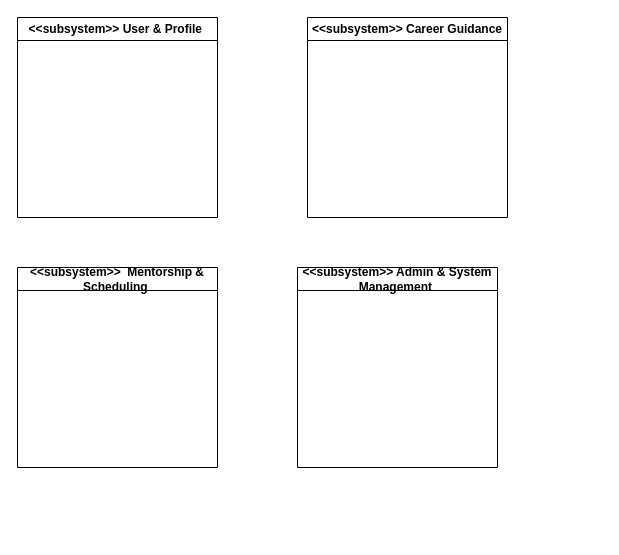
The draw.io diagram ADD_Component_Diagram_Merve_Pakcan.drawio in mervepakcan/Career-Path-App--Software-Development-Project-, before the edit. Source tidied: cells renumbered, new cells numbered last; positions are measured from the earlier drawing's top-left corner, leaving out a move shared by most shapes. Both pictures are drawn from the tidied source at 100%, with x=0, y=0 at pixel (17, 17).
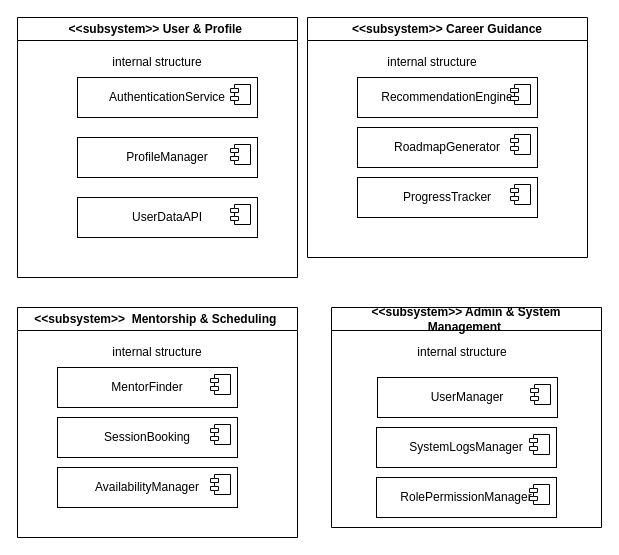
Above is the later version.

Change to the diagram source:
```diff
@@
     <mxCell id="2" value="&amp;lt;&amp;lt;subsystem&amp;gt;&amp;gt; User &amp;amp; Profile&amp;nbsp;" style="swimlane;whiteSpace=wrap;html=1;" parent="1" vertex="1">
-      <mxGeometry width="200" height="200" as="geometry" />
+      <mxGeometry width="280" height="260" as="geometry" />
     </mxCell>
+    <mxCell id="6" value="internal structure" style="text;html=1;whiteSpace=wrap;strokeColor=none;fillColor=none;align=center;verticalAlign=middle;rounded=0;" parent="2" vertex="1">
+      <mxGeometry x="85" y="30" width="110" height="30" as="geometry" />
+    </mxCell>
+    <mxCell id="7" value="AuthenticationService" style="html=1;whiteSpace=wrap;" parent="2" vertex="1">
+      <mxGeometry x="60" y="60" width="180" height="40" as="geometry" />
+    </mxCell>
+    <mxCell id="8" style="shape=module;jettyWidth=8;jettyHeight=4;" parent="7" vertex="1">
+      <mxGeometry x="1" width="20" height="20" relative="1" as="geometry">
+        <mxPoint x="-27" y="7" as="offset" />
+      </mxGeometry>
+    </mxCell>
+    <mxCell id="9" value="ProfileManager" style="html=1;whiteSpace=wrap;" parent="2" vertex="1">
+      <mxGeometry x="60" y="120" width="180" height="40" as="geometry" />
+    </mxCell>
+    <mxCell id="10" style="shape=module;jettyWidth=8;jettyHeight=4;" parent="9" vertex="1">
+      <mxGeometry x="1" width="20" height="20" relative="1" as="geometry">
+        <mxPoint x="-27" y="7" as="offset" />
+      </mxGeometry>
+    </mxCell>
+    <mxCell id="11" value="UserDataAPI" style="html=1;whiteSpace=wrap;" parent="2" vertex="1">
+      <mxGeometry x="60" y="180" width="180" height="40" as="geometry" />
+    </mxCell>
+    <mxCell id="12" style="shape=module;jettyWidth=8;jettyHeight=4;" parent="11" vertex="1">
+      <mxGeometry x="1" width="20" height="20" relative="1" as="geometry">
+        <mxPoint x="-27" y="7" as="offset" />
+      </mxGeometry>
+    </mxCell>
     <mxCell id="3" value="&amp;lt;&amp;lt;subsystem&amp;gt;&amp;gt;&amp;nbsp;&amp;nbsp;Mentorship &amp;amp; Scheduling&amp;nbsp;" style="swimlane;whiteSpace=wrap;html=1;" parent="1" vertex="1">
-      <mxGeometry y="250" width="200" height="200" as="geometry" />
+      <mxGeometry y="290" width="280" height="230" as="geometry" />
     </mxCell>
+    <mxCell id="13" value="internal structure" style="text;html=1;whiteSpace=wrap;strokeColor=none;fillColor=none;align=center;verticalAlign=middle;rounded=0;" parent="3" vertex="1">
+      <mxGeometry x="85" y="30" width="110" height="30" as="geometry" />
+    </mxCell>
+    <mxCell id="14" value="MentorFinder" style="html=1;whiteSpace=wrap;" parent="3" vertex="1">
+      <mxGeometry x="40" y="60" width="180" height="40" as="geometry" />
+    </mxCell>
+    <mxCell id="15" style="shape=module;jettyWidth=8;jettyHeight=4;" parent="14" vertex="1">
+      <mxGeometry x="1" width="20" height="20" relative="1" as="geometry">
+        <mxPoint x="-27" y="7" as="offset" />
+      </mxGeometry>
+    </mxCell>
+    <mxCell id="16" value="SessionBooking" style="html=1;whiteSpace=wrap;" parent="3" vertex="1">
+      <mxGeometry x="40" y="110" width="180" height="40" as="geometry" />
+    </mxCell>
+    <mxCell id="17" style="shape=module;jettyWidth=8;jettyHeight=4;" parent="16" vertex="1">
+      <mxGeometry x="1" width="20" height="20" relative="1" as="geometry">
+        <mxPoint x="-27" y="7" as="offset" />
+      </mxGeometry>
+    </mxCell>
+    <mxCell id="18" value="AvailabilityManager" style="html=1;whiteSpace=wrap;" parent="3" vertex="1">
+      <mxGeometry x="40" y="160" width="180" height="40" as="geometry" />
+    </mxCell>
+    <mxCell id="19" style="shape=module;jettyWidth=8;jettyHeight=4;" parent="18" vertex="1">
+      <mxGeometry x="1" width="20" height="20" relative="1" as="geometry">
+        <mxPoint x="-27" y="7" as="offset" />
+      </mxGeometry>
+    </mxCell>
     <mxCell id="4" value="&amp;lt;&amp;lt;subsystem&amp;gt;&amp;gt; Admin &amp;amp; System Management&amp;nbsp;" style="swimlane;whiteSpace=wrap;html=1;" parent="1" vertex="1">
-      <mxGeometry x="280" y="250" width="200" height="200" as="geometry" />
+      <mxGeometry x="314" y="290" width="270" height="220" as="geometry" />
     </mxCell>
+    <mxCell id="20" value="internal structure" style="text;html=1;whiteSpace=wrap;strokeColor=none;fillColor=none;align=center;verticalAlign=middle;rounded=0;" parent="4" vertex="1">
+      <mxGeometry x="76" y="30" width="110" height="30" as="geometry" />
+    </mxCell>
+    <mxCell id="21" value="UserManager" style="html=1;whiteSpace=wrap;" parent="4" vertex="1">
+      <mxGeometry x="46" y="70" width="180" height="40" as="geometry" />
+    </mxCell>
+    <mxCell id="22" style="shape=module;jettyWidth=8;jettyHeight=4;" parent="21" vertex="1">
+      <mxGeometry x="1" width="20" height="20" relative="1" as="geometry">
+        <mxPoint x="-27" y="7" as="offset" />
+      </mxGeometry>
+    </mxCell>
+    <mxCell id="23" value="SystemLogsManager" style="html=1;whiteSpace=wrap;" parent="4" vertex="1">
+      <mxGeometry x="45" y="120" width="180" height="40" as="geometry" />
+    </mxCell>
+    <mxCell id="24" style="shape=module;jettyWidth=8;jettyHeight=4;" parent="23" vertex="1">
+      <mxGeometry x="1" width="20" height="20" relative="1" as="geometry">
+        <mxPoint x="-27" y="7" as="offset" />
+      </mxGeometry>
+    </mxCell>
+    <mxCell id="25" value="RolePermissionManager" style="html=1;whiteSpace=wrap;" parent="4" vertex="1">
+      <mxGeometry x="45" y="170" width="180" height="40" as="geometry" />
+    </mxCell>
+    <mxCell id="26" style="shape=module;jettyWidth=8;jettyHeight=4;" parent="25" vertex="1">
+      <mxGeometry x="1" width="20" height="20" relative="1" as="geometry">
+        <mxPoint x="-27" y="7" as="offset" />
+      </mxGeometry>
+    </mxCell>
     <mxCell id="5" value="&amp;lt;&amp;lt;subsystem&amp;gt;&amp;gt; Career Guidance" style="swimlane;whiteSpace=wrap;html=1;" parent="1" vertex="1">
-      <mxGeometry x="290" width="200" height="200" as="geometry" />
+      <mxGeometry x="290" width="280" height="240" as="geometry" />
     </mxCell>
+    <mxCell id="27" value="internal structure" style="text;html=1;whiteSpace=wrap;strokeColor=none;fillColor=none;align=center;verticalAlign=middle;rounded=0;" parent="5" vertex="1">
+      <mxGeometry x="70" y="30" width="110" height="30" as="geometry" />
+    </mxCell>
+    <mxCell id="28" value="RecommendationEngine" style="html=1;whiteSpace=wrap;" parent="5" vertex="1">
+      <mxGeometry x="50" y="60" width="180" height="40" as="geometry" />
+    </mxCell>
+    <mxCell id="29" style="shape=module;jettyWidth=8;jettyHeight=4;" parent="28" vertex="1">
+      <mxGeometry x="1" width="20" height="20" relative="1" as="geometry">
+        <mxPoint x="-27" y="7" as="offset" />
+      </mxGeometry>
+    </mxCell>
+    <mxCell id="30" value="RoadmapGenerator" style="html=1;whiteSpace=wrap;" parent="5" vertex="1">
+      <mxGeometry x="50" y="110" width="180" height="40" as="geometry" />
+    </mxCell>
+    <mxCell id="31" style="shape=module;jettyWidth=8;jettyHeight=4;" parent="30" vertex="1">
+      <mxGeometry x="1" width="20" height="20" relative="1" as="geometry">
+        <mxPoint x="-27" y="7" as="offset" />
+      </mxGeometry>
+    </mxCell>
+    <mxCell id="32" value="ProgressTracker" style="html=1;whiteSpace=wrap;" parent="5" vertex="1">
+      <mxGeometry x="50" y="160" width="180" height="40" as="geometry" />
+    </mxCell>
+    <mxCell id="33" style="shape=module;jettyWidth=8;jettyHeight=4;" parent="32" vertex="1">
+      <mxGeometry x="1" width="20" height="20" relative="1" as="geometry">
+        <mxPoint x="-27" y="7" as="offset" />
+      </mxGeometry>
+    </mxCell>
```
